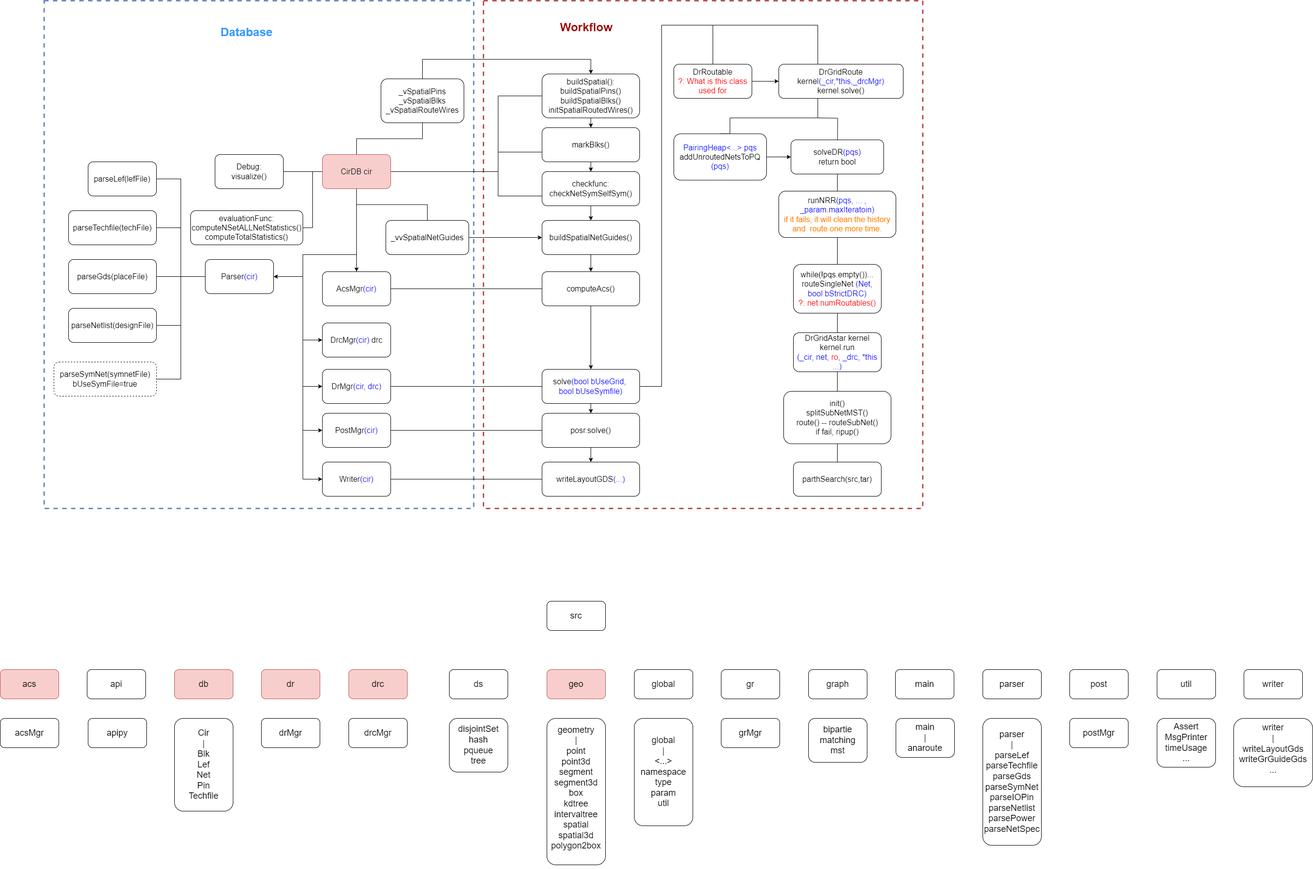
The draw.io diagram anaroute.drawio.png in ajiann/drawio, before a commit. Source tidied: cells renumbered, new cells last; positions are measured from the earlier drawing's top-left corner, leaving out a move shared by most shapes.
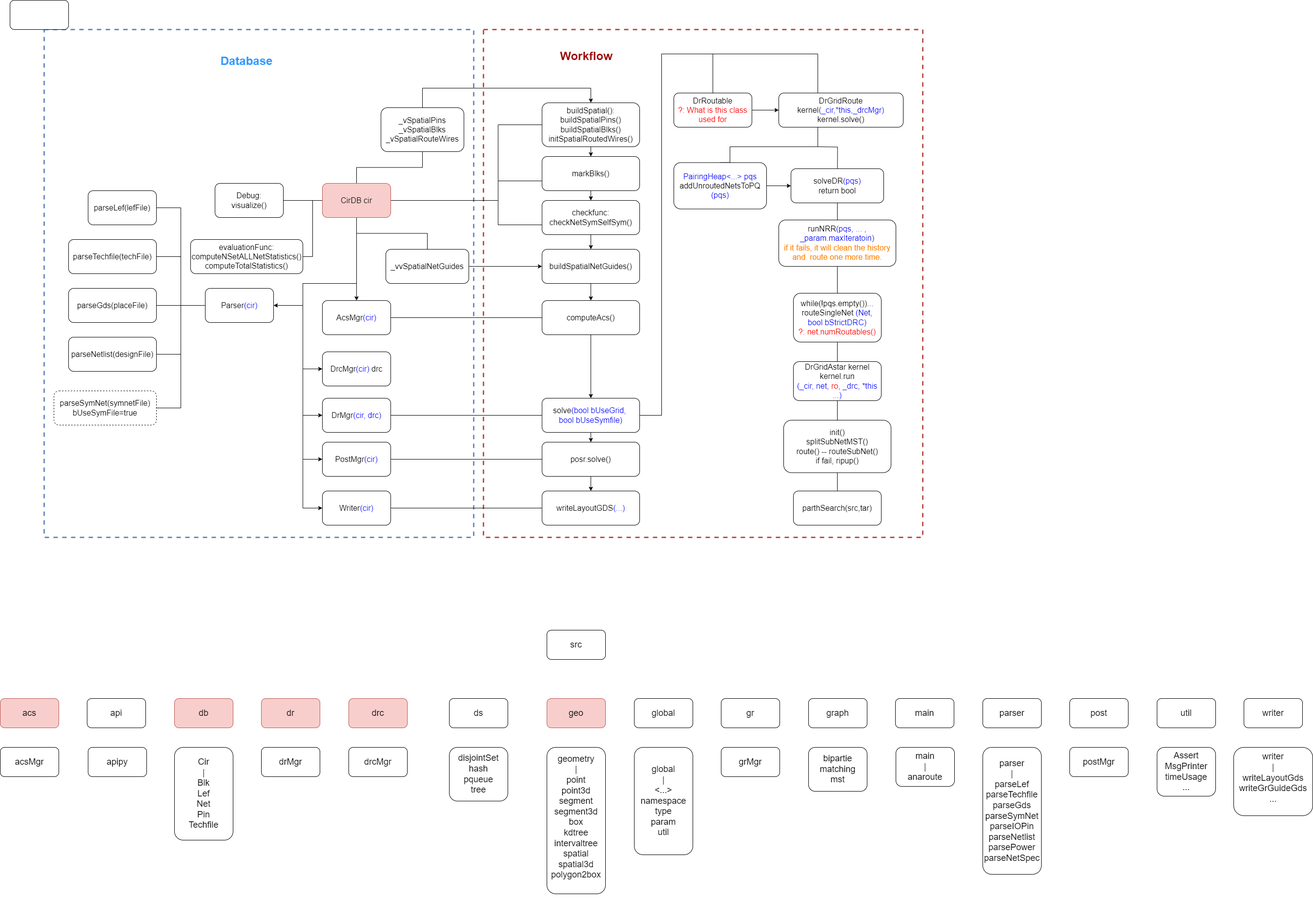
The same diagram one commit later.

The edit, as a diff of the source:
```diff
@@ -403,5 +403,8 @@
     <mxCell id="111" value="&lt;font style=&quot;font-size: 18px;&quot;&gt;writer&lt;/font&gt;&lt;div&gt;&lt;font style=&quot;font-size: 18px;&quot;&gt;|&lt;/font&gt;&lt;/div&gt;&lt;div&gt;&lt;font style=&quot;font-size: 18px;&quot;&gt;writeLayoutGds&lt;/font&gt;&lt;/div&gt;&lt;div&gt;&lt;font style=&quot;font-size: 18px;&quot;&gt;writeGrGuideGds&lt;/font&gt;&lt;/div&gt;&lt;div&gt;&lt;span style=&quot;font-size: 18px;&quot;&gt;...&lt;/span&gt;&lt;/div&gt;&lt;div&gt;&lt;br&gt;&lt;/div&gt;" style="rounded=1;whiteSpace=wrap;html=1;" parent="1" vertex="1">
       <mxGeometry x="2527" y="1470" width="162" height="140" as="geometry" />
     </mxCell>
+    <mxCell id="112" style="rounded=1;whiteSpace=wrap;html=1;" parent="1" vertex="1">
+      <mxGeometry x="20" y="-60" width="120" height="60" as="geometry" />
+    </mxCell>
   </root>
 </mxGraphModel>
```
